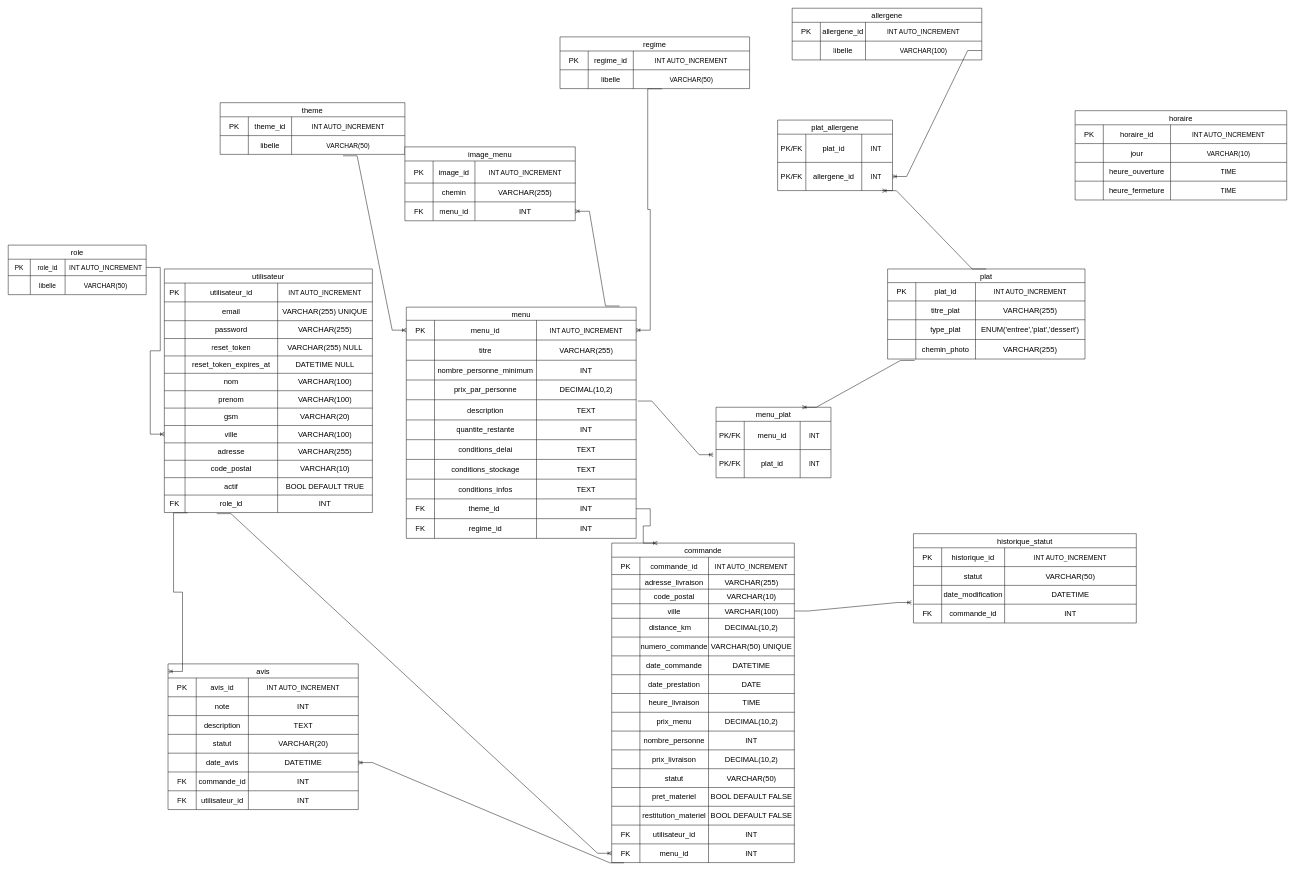
Above: divers/CONCEPTION DB/MLD Vite et Gourmand.drawio in Gero7707/viteEtGourmand (draw.io), before the change. Source tidied: cells renumbered, new cells numbered last; positions are measured from the earlier drawing's top-left corner, leaving out a move shared by most shapes. Both pictures are drawn from the tidied source at 47%, with x=0, y=0 at pixel (8, 8).
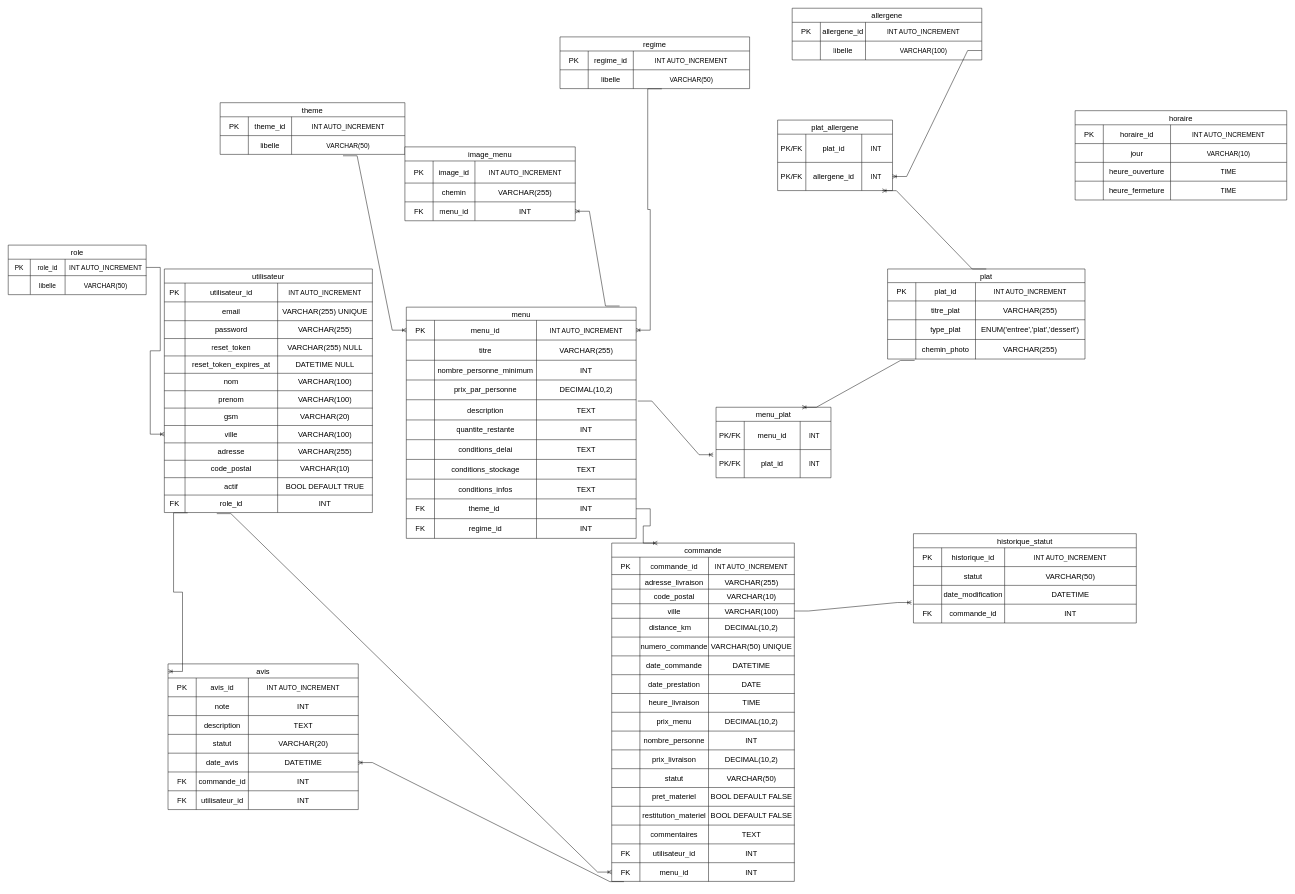
The same page after the edit.

The edit, as a diff of the source:
```diff
@@
     <mxCell id="126" value="commande" style="shape=table;startSize=30;childLayout=tableLayout;strokeColor=default;fontSize=16;" parent="1" vertex="1">
-      <mxGeometry x="1284" y="1138" width="388.6" height="679.8" as="geometry" />
+      <mxGeometry x="1284" y="1138" width="388.6" height="719.8" as="geometry" />
     </mxCell>
@@
+    <mxCell id="329" style="shape=tableRow;horizontal=0;startSize=0;swimlaneHead=0;swimlaneBody=0;strokeColor=inherit;top=0;left=0;bottom=0;right=0;fillColor=none;fontSize=16;" parent="126" vertex="1">
+      <mxGeometry y="600" width="388.6" height="40" as="geometry" />
+    </mxCell>
+    <mxCell id="330" style="shape=partialRectangle;html=1;whiteSpace=wrap;strokeColor=inherit;overflow=hidden;fillColor=none;top=0;left=0;bottom=0;right=0;fontSize=16;" parent="329" vertex="1">
+      <mxGeometry width="60" height="40" as="geometry" />
+    </mxCell>
+    <mxCell id="331" value="commentaires" style="shape=partialRectangle;html=1;whiteSpace=wrap;strokeColor=inherit;overflow=hidden;fillColor=none;top=0;left=0;bottom=0;right=0;fontSize=16;" parent="329" vertex="1">
+      <mxGeometry x="60" width="146" height="40" as="geometry" />
+    </mxCell>
+    <mxCell id="332" value="TEXT" style="shape=partialRectangle;html=1;whiteSpace=wrap;strokeColor=inherit;overflow=hidden;fillColor=none;top=0;left=0;bottom=0;right=0;fontSize=16;" parent="329" vertex="1">
+      <mxGeometry x="206" width="183" height="40" as="geometry" />
+    </mxCell>
     <mxCell id="187" style="shape=tableRow;horizontal=0;startSize=0;swimlaneHead=0;swimlaneBody=0;strokeColor=inherit;top=0;left=0;bottom=0;right=0;fillColor=none;fontSize=16;" parent="126" vertex="1">
-      <mxGeometry y="600" width="388.6" height="40" as="geometry" />
+      <mxGeometry y="640" width="388.6" height="40" as="geometry" />
     </mxCell>
@@
     <mxCell id="191" style="shape=tableRow;horizontal=0;startSize=0;swimlaneHead=0;swimlaneBody=0;strokeColor=inherit;top=0;left=0;bottom=0;right=0;fillColor=none;points=[[0,0.5],[1,0.5]];portConstraint=eastwest;fontSize=16;" parent="126" vertex="1">
-      <mxGeometry y="640" width="388.6" height="40" as="geometry" />
+      <mxGeometry y="680" width="388.6" height="40" as="geometry" />
     </mxCell>
```
